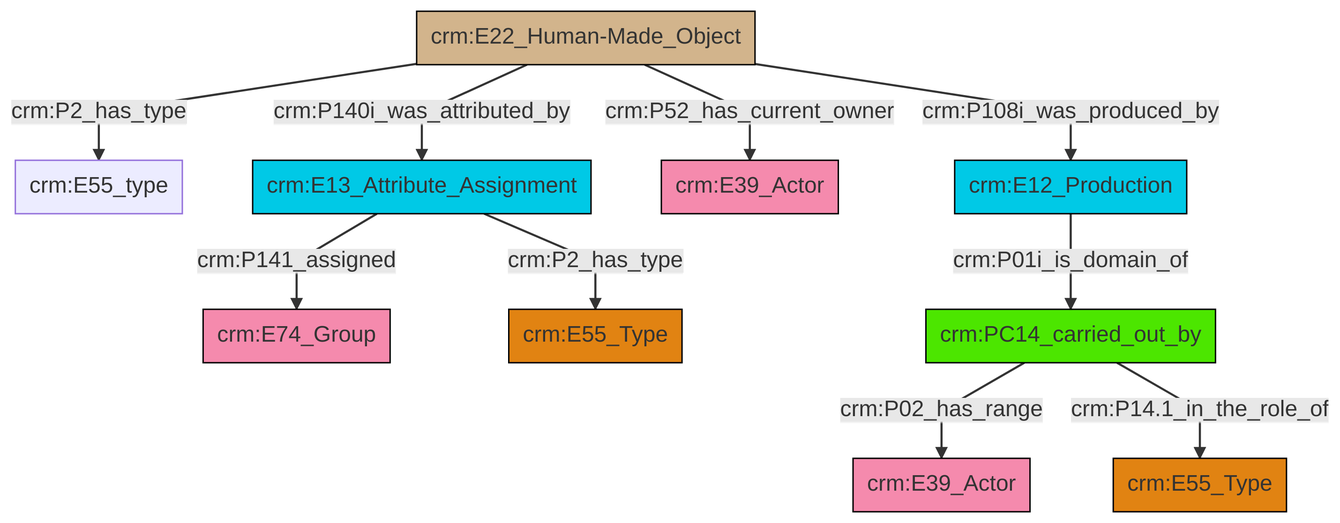
Before: et/builtWorkCSV/ttl/mmd/png/Built_Work_actor_relations.png, a diagram exported from Mermaid (ncarboni/srdm). Its source is kept beside it as et/builtWorkCSV/ttl/mmd/Built_Work_actor_relations.ttl.mmd.
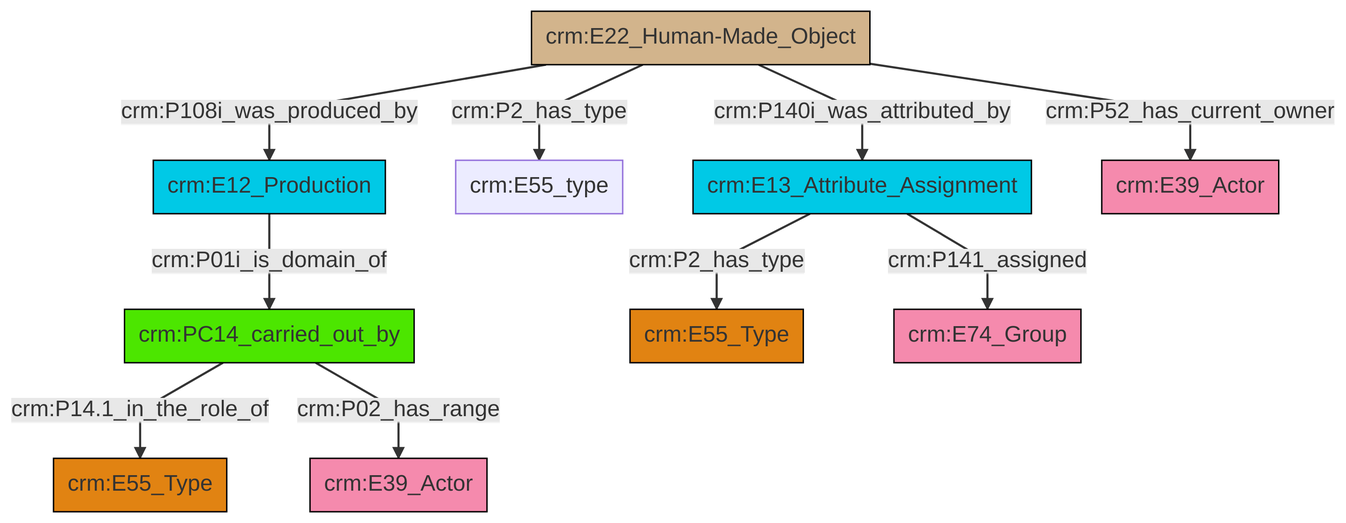
Above is the later version.

Change to the diagram source:
```diff
@@ -13,12 +13,12 @@
 classDef PC_Classes fill:#4ce600, stroke:#000000;
 classDef Multi fill:#cccccc,stroke:#000000;
 
-0["crm:E22_Human-Made_Object"]:::Physical_Thing -->|crm:P2_has_type| 1["crm:E55_type"]:::Default
-0["crm:E22_Human-Made_Object"]:::Physical_Thing -->|crm:P52_has_current_owner| 4["crm:E39_Actor"]:::Actor
-2["crm:E13_Attribute_Assignment"]:::Temporal_Entity -->|crm:P141_assigned| 7["crm:E74_Group"]:::Actor
-2["crm:E13_Attribute_Assignment"]:::Temporal_Entity -->|crm:P2_has_type| 8["crm:E55_Type"]:::Type
-0["crm:E22_Human-Made_Object"]:::Physical_Thing -->|crm:P140i_was_attributed_by| 2["crm:E13_Attribute_Assignment"]:::Temporal_Entity
-10["crm:E12_Production"]:::Temporal_Entity -->|crm:P01i_is_domain_of| 14["crm:PC14_carried_out_by"]:::PC_Classes
-0["crm:E22_Human-Made_Object"]:::Physical_Thing -->|crm:P108i_was_produced_by| 10["crm:E12_Production"]:::Temporal_Entity
-14["crm:PC14_carried_out_by"]:::PC_Classes -->|crm:P02_has_range| 5["crm:E39_Actor"]:::Actor
-14["crm:PC14_carried_out_by"]:::PC_Classes -->|crm:P14.1_in_the_role_of| 16["crm:E55_Type"]:::Type
+2["crm:E13_Attribute_Assignment"]:::Temporal_Entity -->|crm:P2_has_type| 3["crm:E55_Type"]:::Type
+2["crm:E13_Attribute_Assignment"]:::Temporal_Entity -->|crm:P141_assigned| 6["crm:E74_Group"]:::Actor
+9["crm:E12_Production"]:::Temporal_Entity -->|crm:P01i_is_domain_of| 0["crm:PC14_carried_out_by"]:::PC_Classes
+0["crm:PC14_carried_out_by"]:::PC_Classes -->|crm:P14.1_in_the_role_of| 10["crm:E55_Type"]:::Type
+11["crm:E22_Human-Made_Object"]:::Physical_Thing -->|crm:P2_has_type| 7["crm:E55_type"]:::Default
+11["crm:E22_Human-Made_Object"]:::Physical_Thing -->|crm:P140i_was_attributed_by| 2["crm:E13_Attribute_Assignment"]:::Temporal_Entity
+0["crm:PC14_carried_out_by"]:::PC_Classes -->|crm:P02_has_range| 4["crm:E39_Actor"]:::Actor
+11["crm:E22_Human-Made_Object"]:::Physical_Thing -->|crm:P52_has_current_owner| 16["crm:E39_Actor"]:::Actor
+11["crm:E22_Human-Made_Object"]:::Physical_Thing -->|crm:P108i_was_produced_by| 9["crm:E12_Production"]:::Temporal_Entity
```
